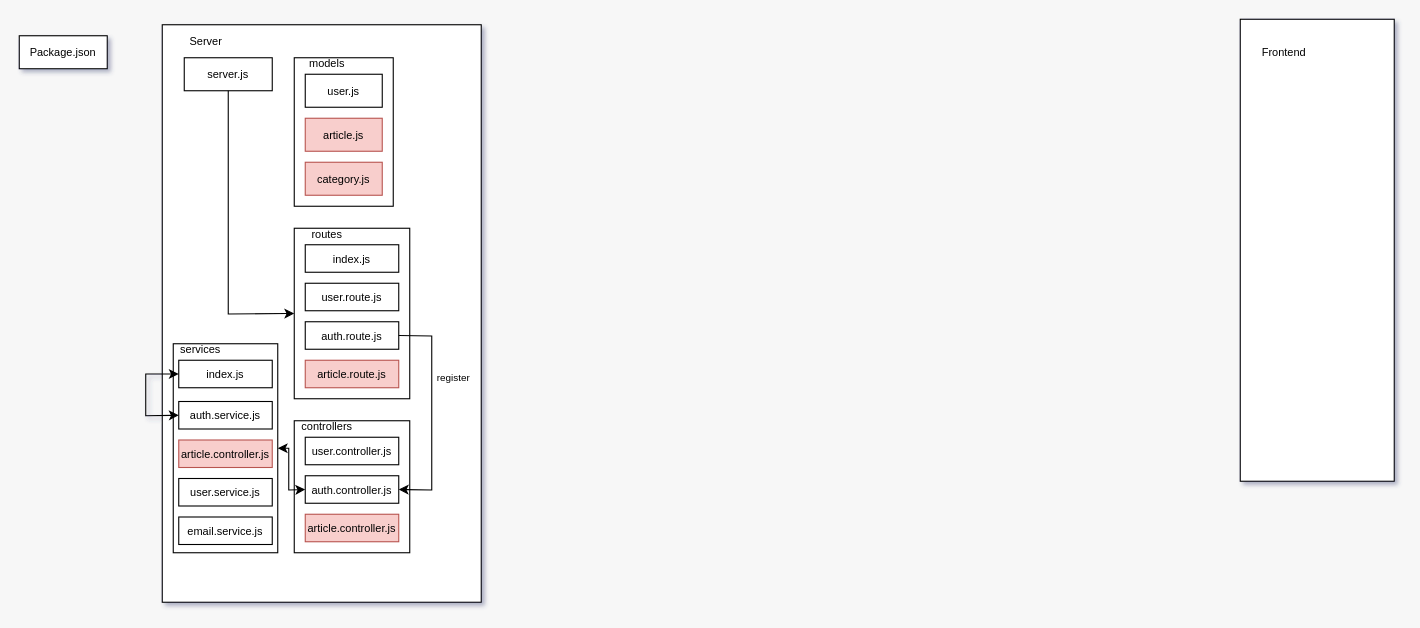
Above: Diagram.drawio in daniel-tsonkov/React-Practice-Project (draw.io), before the change. Source tidied: cells renumbered, new cells numbered last; positions are measured from the earlier drawing's top-left corner, leaving out a move shared by most shapes. Both pictures are drawn from the tidied source at 110%, with x=0, y=0 at pixel (19, 19).
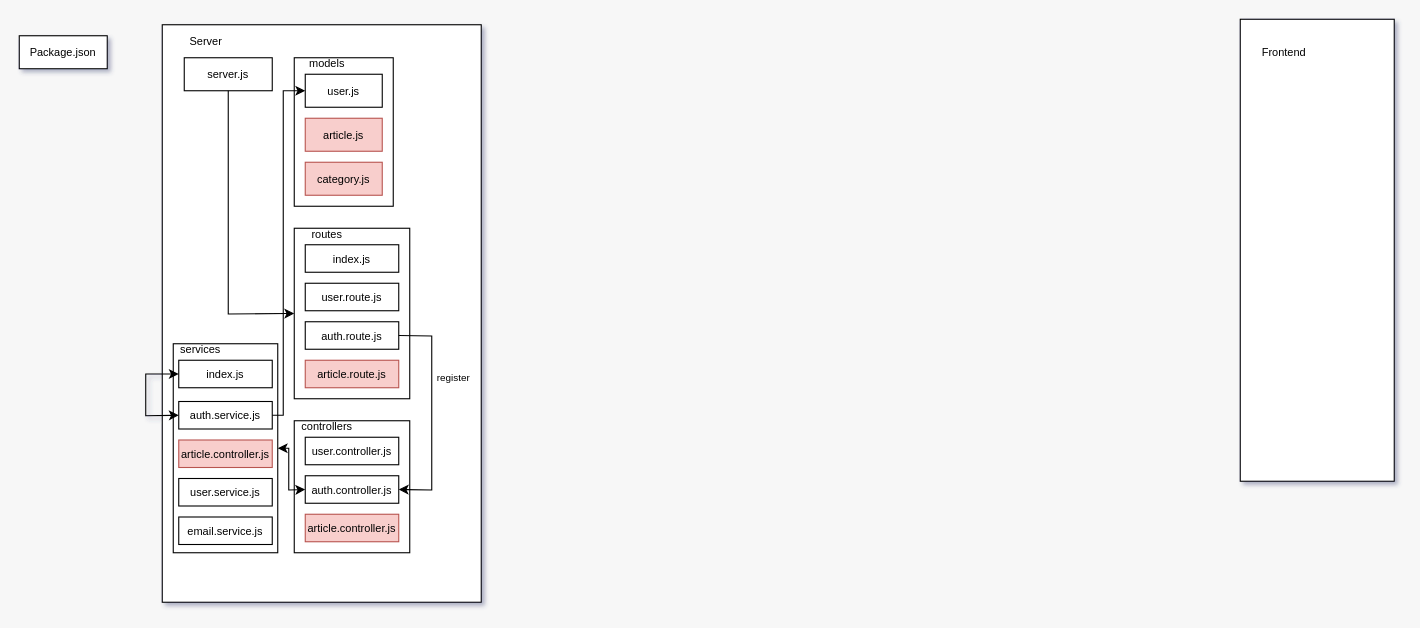
After the change.

Unchanged cells that the change refers to:
```xml
<mxCell id="10" value="&lt;font&gt;user.js&lt;/font&gt;" style="rounded=0;whiteSpace=wrap;html=1;fontSize=10;" parent="1" vertex="1">
  <mxGeometry x="260" y="50" width="70" height="30" as="geometry" />
</mxCell>
<mxCell id="30" value="auth.service.js" style="rounded=0;whiteSpace=wrap;html=1;fontSize=10;" parent="1" vertex="1">
  <mxGeometry x="145" y="347.5" width="85" height="25" as="geometry" />
</mxCell>
```

Change to the diagram source:
```diff
@@
+    <mxCell id="36" style="endArrow=classic;html=1;rounded=0;entryX=0;entryY=0.5;entryDx=0;entryDy=0;exitX=1;exitY=0.5;exitDx=0;exitDy=0;" parent="1" edge="1" source="30" target="10">
+      <mxGeometry relative="1" as="geometry">
+        <Array as="points">
+          <mxPoint x="240" y="360" />
+          <mxPoint x="240" y="65" />
+        </Array>
+      </mxGeometry>
+    </mxCell>
```
